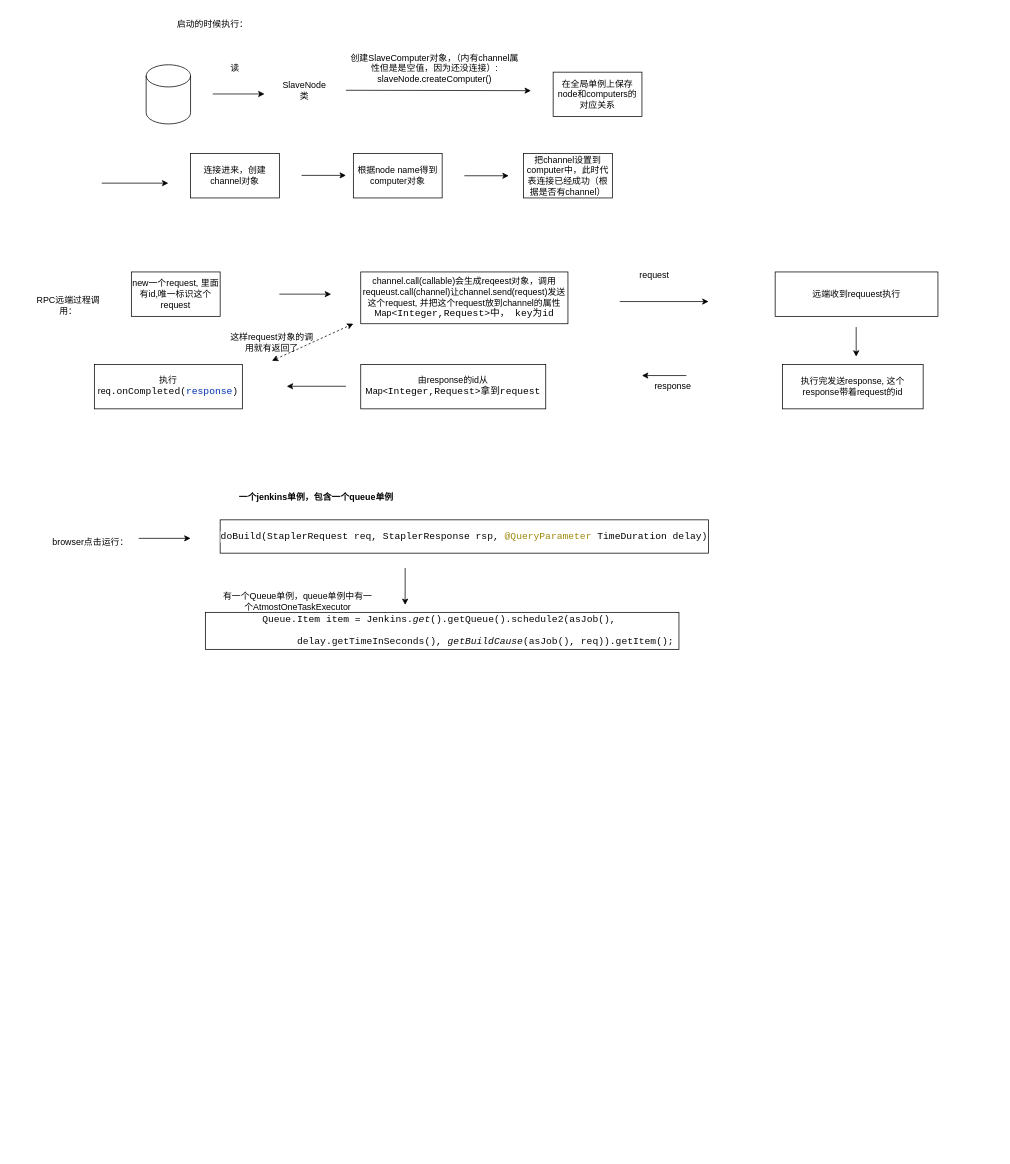
Earlier version of the draw.io diagram think.drawio (lzus/test). Source tidied: cells renumbered, new cells numbered last; positions are measured from the earlier drawing's top-left corner, leaving out a move shared by most shapes. Both pictures are drawn from the tidied source at 74%, with x=0, y=0 at pixel (27, 13).
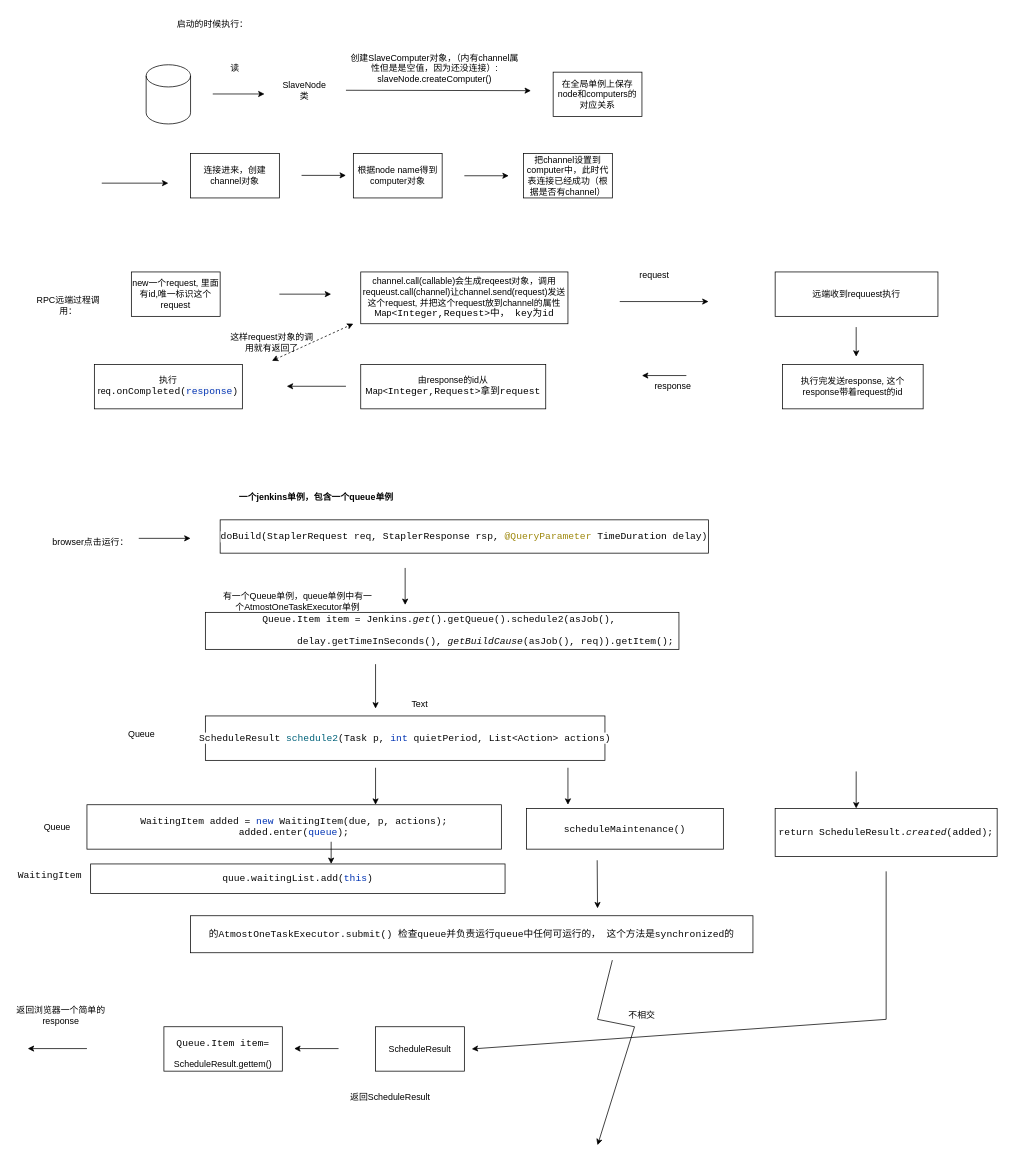
After the change.

The edit, as a diff of the source:
```diff
@@
-    <mxCell id="37" value="有一个Queue单例，queue单例中有一个AtmostOneTaskExecutor" style="text;html=1;strokeColor=none;fillColor=none;align=center;verticalAlign=middle;whiteSpace=wrap;rounded=0;" parent="1" vertex="1">
+    <mxCell id="37" value="有一个Queue单例，queue单例中有一个AtmostOneTaskExecutor单例" style="text;html=1;strokeColor=none;fillColor=none;align=center;verticalAlign=middle;whiteSpace=wrap;rounded=0;" parent="1" vertex="1">
       <mxGeometry x="260" y="780" width="210" height="30" as="geometry" />
     </mxCell>
@@
+    <mxCell id="39" style="endArrow=classic;html=1;rounded=0;" parent="1" edge="1">
+      <mxGeometry relative="1" as="geometry">
+        <mxPoint x="470" y="880" as="sourcePoint" />
+        <mxPoint x="470" y="940" as="targetPoint" />
+      </mxGeometry>
+    </mxCell>
+    <mxCell id="40" value="&lt;pre style=&quot;background-color:#ffffff;color:#080808;font-family:'JetBrains Mono',monospace;font-size:9.8pt;&quot;&gt;的AtmostOneTaskExecutor.submit() 检查queue并负责运行queue中任何可运行的， 这个方法是synchronized的&lt;br&gt;&lt;/pre&gt;" style="rounded=0;whiteSpace=wrap;html=1;" parent="1" vertex="1">
+      <mxGeometry x="220" y="1220" width="760" height="50" as="geometry" />
+    </mxCell>
+    <mxCell id="41" value="Text" style="text;html=1;strokeColor=none;fillColor=none;align=center;verticalAlign=middle;whiteSpace=wrap;rounded=0;" parent="1" vertex="1">
+      <mxGeometry x="500" y="920" width="60" height="30" as="geometry" />
+    </mxCell>
+    <mxCell id="42" style="endArrow=classic;html=1;rounded=0;" parent="1" edge="1">
+      <mxGeometry relative="1" as="geometry">
+        <mxPoint x="80" y="1399.5" as="sourcePoint" />
+        <mxPoint y="1399.5" as="targetPoint" />
+      </mxGeometry>
+    </mxCell>
+    <mxCell id="43" value="返回ScheduleResult" style="text;html=1;strokeColor=none;fillColor=none;align=center;verticalAlign=middle;whiteSpace=wrap;rounded=0;" parent="1" vertex="1">
+      <mxGeometry x="410" y="1450" width="160" height="30" as="geometry" />
+    </mxCell>
+    <mxCell id="44" value="&lt;pre style=&quot;background-color:#ffffff;color:#080808;font-family:'JetBrains Mono',monospace;font-size:9.8pt;&quot;&gt;ScheduleResult &lt;span style=&quot;color:#00627a;&quot;&gt;schedule2&lt;/span&gt;(&lt;span style=&quot;color:#000000;&quot;&gt;Task &lt;/span&gt;p, &lt;span style=&quot;color:#0033b3;&quot;&gt;int &lt;/span&gt;quietPeriod, &lt;span style=&quot;color:#000000;&quot;&gt;List&lt;/span&gt;&amp;lt;&lt;span style=&quot;color:#000000;&quot;&gt;Action&lt;/span&gt;&amp;gt; actions)&lt;/pre&gt;" style="rounded=0;whiteSpace=wrap;html=1;" parent="1" vertex="1">
+      <mxGeometry x="240" y="950" width="540" height="60" as="geometry" />
+    </mxCell>
+    <mxCell id="45" style="endArrow=classic;html=1;rounded=0;" parent="1" edge="1">
+      <mxGeometry relative="1" as="geometry">
+        <mxPoint x="470" y="1020" as="sourcePoint" />
+        <mxPoint x="470" y="1070" as="targetPoint" />
+      </mxGeometry>
+    </mxCell>
+    <mxCell id="46" value="ScheduleResult" style="rounded=0;whiteSpace=wrap;html=1;" parent="1" vertex="1">
+      <mxGeometry x="470" y="1370" width="120" height="60" as="geometry" />
+    </mxCell>
+    <mxCell id="47" value="&lt;pre style=&quot;background-color:#ffffff;color:#080808;font-family:'JetBrains Mono',monospace;font-size:9.8pt;&quot;&gt;Queue.&lt;span style=&quot;color:#000000;&quot;&gt;Item item=&lt;/span&gt;&lt;/pre&gt;ScheduleResult.gettem()" style="rounded=0;whiteSpace=wrap;html=1;" parent="1" vertex="1">
+      <mxGeometry x="184" y="1370" width="160" height="60" as="geometry" />
+    </mxCell>
+    <mxCell id="48" style="endArrow=classic;html=1;rounded=0;" parent="1" edge="1">
+      <mxGeometry relative="1" as="geometry">
+        <mxPoint x="420" y="1399.5" as="sourcePoint" />
+        <mxPoint x="360" y="1399.5" as="targetPoint" />
+      </mxGeometry>
+    </mxCell>
+    <mxCell id="49" value="返回浏览器一个简单的response" style="text;html=1;strokeColor=none;fillColor=none;align=center;verticalAlign=middle;whiteSpace=wrap;rounded=0;" parent="1" vertex="1">
+      <mxGeometry x="-20" y="1340" width="130" height="30" as="geometry" />
+    </mxCell>
+    <mxCell id="50" value="&lt;pre style=&quot;background-color:#ffffff;color:#080808;font-family:'JetBrains Mono',monospace;font-size:9.8pt;&quot;&gt;WaitingItem added = &lt;span style=&quot;color:#0033b3;&quot;&gt;new &lt;/span&gt;WaitingItem(&lt;span style=&quot;color:#000000;&quot;&gt;due&lt;/span&gt;, p, actions);&lt;br&gt;&lt;span style=&quot;color:#000000;&quot;&gt;added&lt;/span&gt;.enter(&lt;span style=&quot;color:#0033b3;&quot;&gt;queue&lt;/span&gt;);&lt;/pre&gt;" style="rounded=0;whiteSpace=wrap;html=1;" parent="1" vertex="1">
+      <mxGeometry x="80" y="1070" width="560" height="60" as="geometry" />
+    </mxCell>
+    <mxCell id="51" value="Queue" style="text;html=1;strokeColor=none;fillColor=none;align=center;verticalAlign=middle;whiteSpace=wrap;rounded=0;" parent="1" vertex="1">
+      <mxGeometry x="124" y="960" width="60" height="30" as="geometry" />
+    </mxCell>
+    <mxCell id="52" value="Queue" style="text;html=1;strokeColor=none;fillColor=none;align=center;verticalAlign=middle;whiteSpace=wrap;rounded=0;" parent="1" vertex="1">
+      <mxGeometry x="10" y="1085" width="60" height="30" as="geometry" />
+    </mxCell>
+    <mxCell id="53" value="&lt;pre style=&quot;background-color:#ffffff;color:#080808;font-family:'JetBrains Mono',monospace;font-size:9.8pt;&quot;&gt;quue.waitingList.add(&lt;span style=&quot;color:#0033b3;&quot;&gt;this&lt;/span&gt;)&lt;/pre&gt;" style="rounded=0;whiteSpace=wrap;html=1;" parent="1" vertex="1">
+      <mxGeometry x="85" y="1150" width="560" height="40" as="geometry" />
+    </mxCell>
+    <mxCell id="54" value="&lt;pre style=&quot;border-color: var(--border-color); background-color: rgb(255, 255, 255); color: rgb(8, 8, 8); font-family: &amp;quot;JetBrains Mono&amp;quot;, monospace; font-size: 9.8pt;&quot;&gt;WaitingItem&lt;/pre&gt;" style="text;html=1;strokeColor=none;fillColor=none;align=center;verticalAlign=middle;whiteSpace=wrap;rounded=0;" parent="1" vertex="1">
+      <mxGeometry y="1150" width="60" height="30" as="geometry" />
+    </mxCell>
+    <mxCell id="55" value="&lt;pre style=&quot;background-color:#ffffff;color:#080808;font-family:'JetBrains Mono',monospace;font-size:9.8pt;&quot;&gt;scheduleMaintenance()&lt;/pre&gt;" style="rounded=0;whiteSpace=wrap;html=1;" parent="1" vertex="1">
+      <mxGeometry x="674" y="1075" width="266" height="55" as="geometry" />
+    </mxCell>
+    <mxCell id="56" style="endArrow=classic;html=1;rounded=0;" parent="1" edge="1">
+      <mxGeometry relative="1" as="geometry">
+        <mxPoint x="730" y="1020" as="sourcePoint" />
+        <mxPoint x="730" y="1070" as="targetPoint" />
+      </mxGeometry>
+    </mxCell>
+    <mxCell id="57" style="endArrow=classic;html=1;rounded=0;" parent="1" edge="1">
+      <mxGeometry relative="1" as="geometry">
+        <mxPoint x="769.5" y="1145" as="sourcePoint" />
+        <mxPoint x="770" y="1210" as="targetPoint" />
+      </mxGeometry>
+    </mxCell>
+    <mxCell id="58" style="endArrow=classic;html=1;rounded=0;" parent="1" edge="1">
+      <mxGeometry relative="1" as="geometry">
+        <mxPoint x="410" y="1120" as="sourcePoint" />
+        <mxPoint x="410" y="1150" as="targetPoint" />
+      </mxGeometry>
+    </mxCell>
+    <mxCell id="59" value="&lt;pre style=&quot;background-color:#ffffff;color:#080808;font-family:'JetBrains Mono',monospace;font-size:9.8pt;&quot;&gt;return &lt;span style=&quot;color:#000000;&quot;&gt;ScheduleResult&lt;/span&gt;.&lt;span style=&quot;font-style:italic;&quot;&gt;created&lt;/span&gt;(&lt;span style=&quot;color:#000000;&quot;&gt;added&lt;/span&gt;);&lt;/pre&gt;" style="rounded=0;whiteSpace=wrap;html=1;" parent="1" vertex="1">
+      <mxGeometry x="1010" y="1075" width="300" height="65" as="geometry" />
+    </mxCell>
+    <mxCell id="60" style="endArrow=classic;html=1;rounded=0;" parent="1" edge="1">
+      <mxGeometry relative="1" as="geometry">
+        <mxPoint x="1119.5" y="1025" as="sourcePoint" />
+        <mxPoint x="1119.5" y="1075" as="targetPoint" />
+      </mxGeometry>
+    </mxCell>
+    <mxCell id="61" style="endArrow=classic;html=1;rounded=0;" parent="1" edge="1">
+      <mxGeometry relative="1" as="geometry">
+        <mxPoint x="1160" y="1160" as="sourcePoint" />
+        <mxPoint x="600" y="1400" as="targetPoint" />
+        <Array as="points">
+          <mxPoint x="1160" y="1360" />
+        </Array>
+      </mxGeometry>
+    </mxCell>
+    <mxCell id="62" style="endArrow=classic;html=1;rounded=0;" parent="1" edge="1">
+      <mxGeometry relative="1" as="geometry">
+        <mxPoint x="790" y="1280" as="sourcePoint" />
+        <mxPoint x="770" y="1530" as="targetPoint" />
+        <Array as="points">
+          <mxPoint x="770" y="1360" />
+          <mxPoint x="820" y="1370" />
+        </Array>
+      </mxGeometry>
+    </mxCell>
+    <mxCell id="63" value="不相交" style="text;html=1;strokeColor=none;fillColor=none;align=center;verticalAlign=middle;whiteSpace=wrap;rounded=0;" parent="1" vertex="1">
+      <mxGeometry x="800" y="1340" width="60" height="30" as="geometry" />
+    </mxCell>
```
